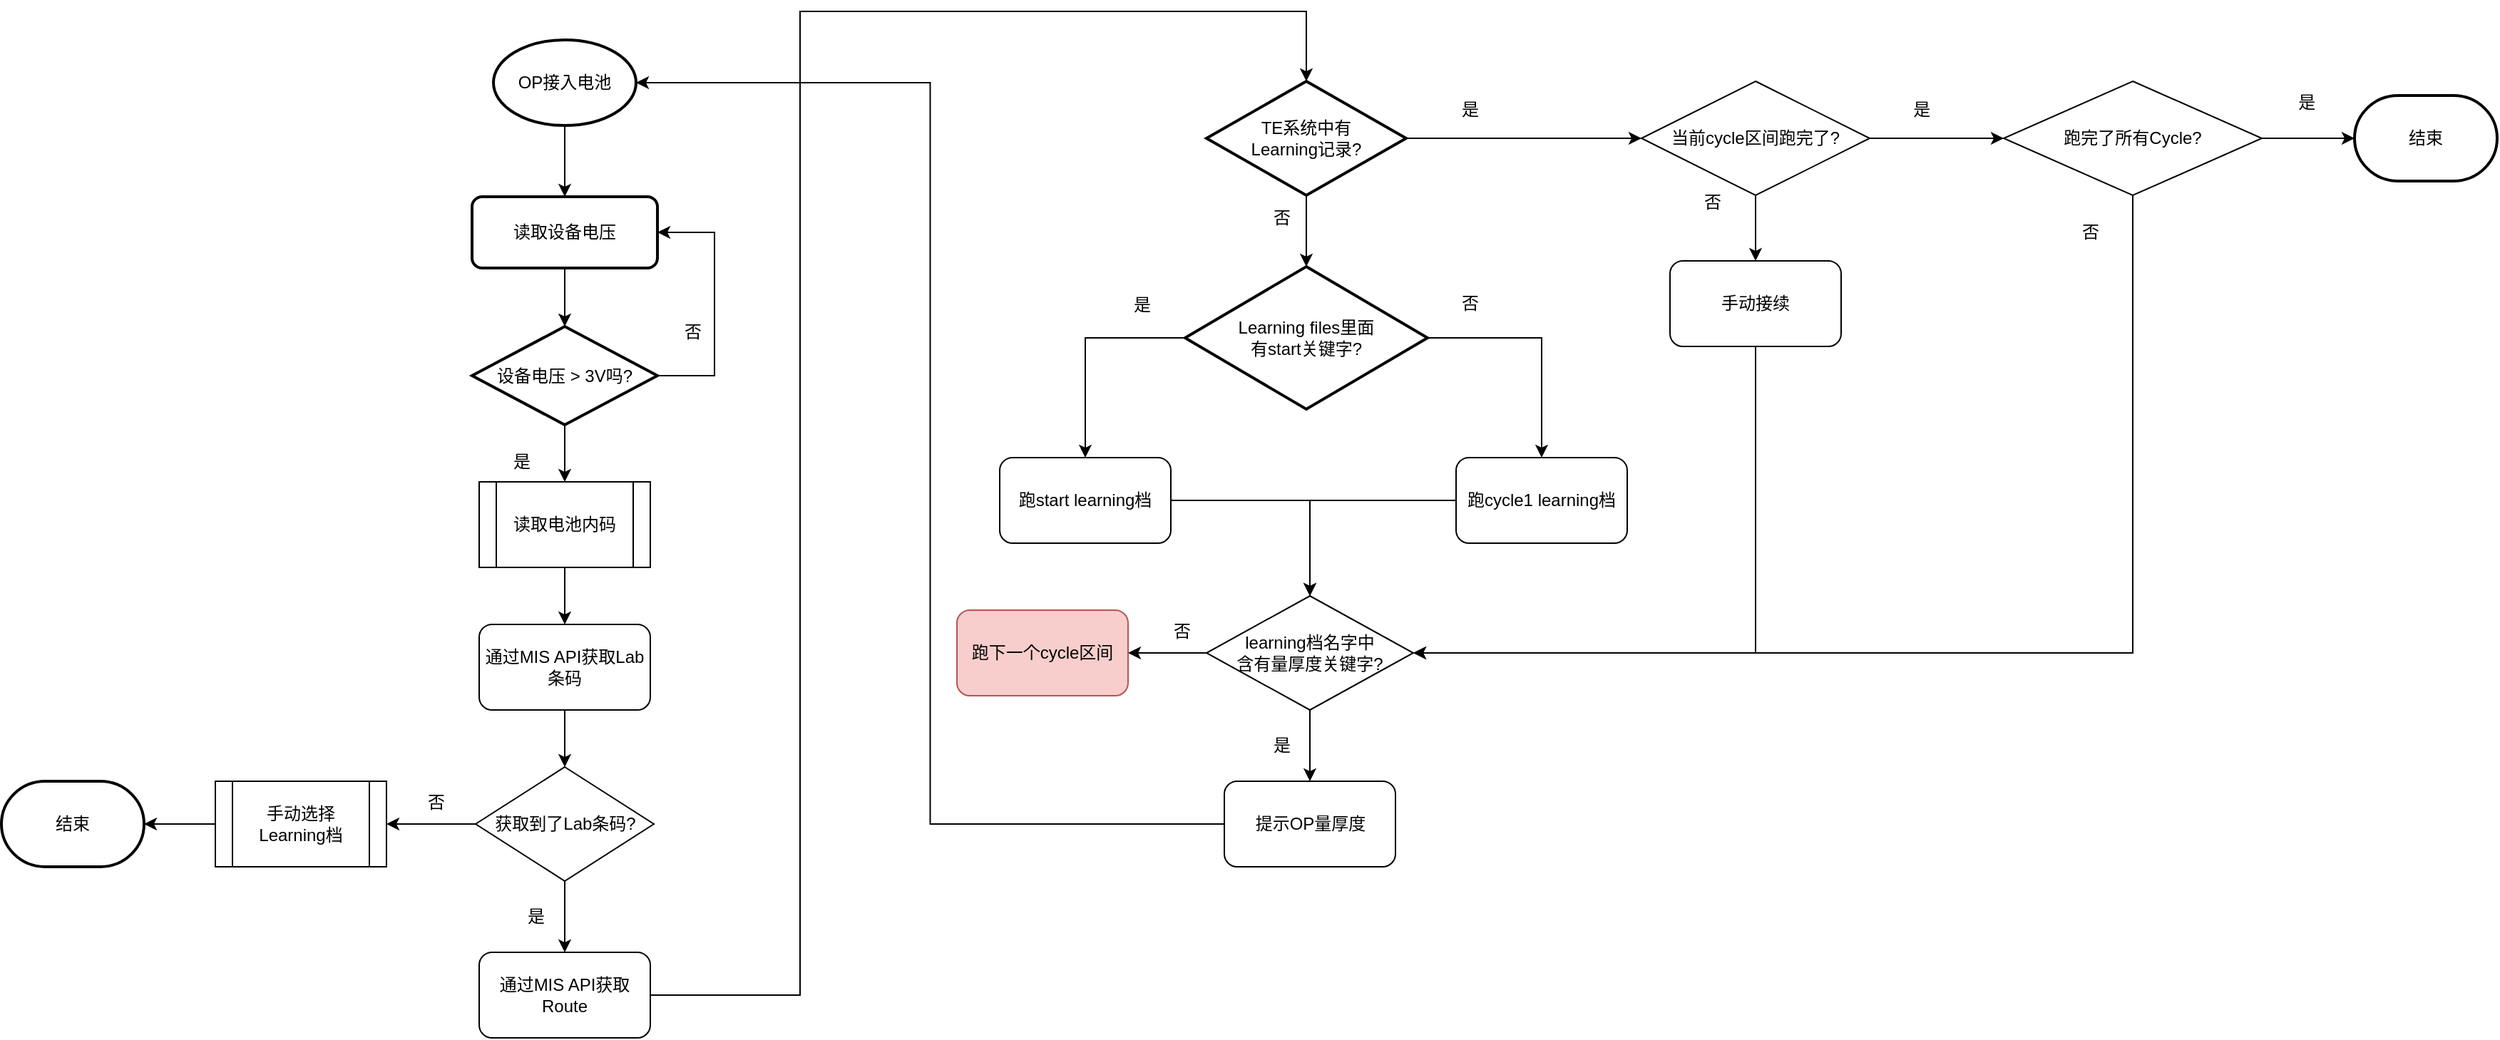
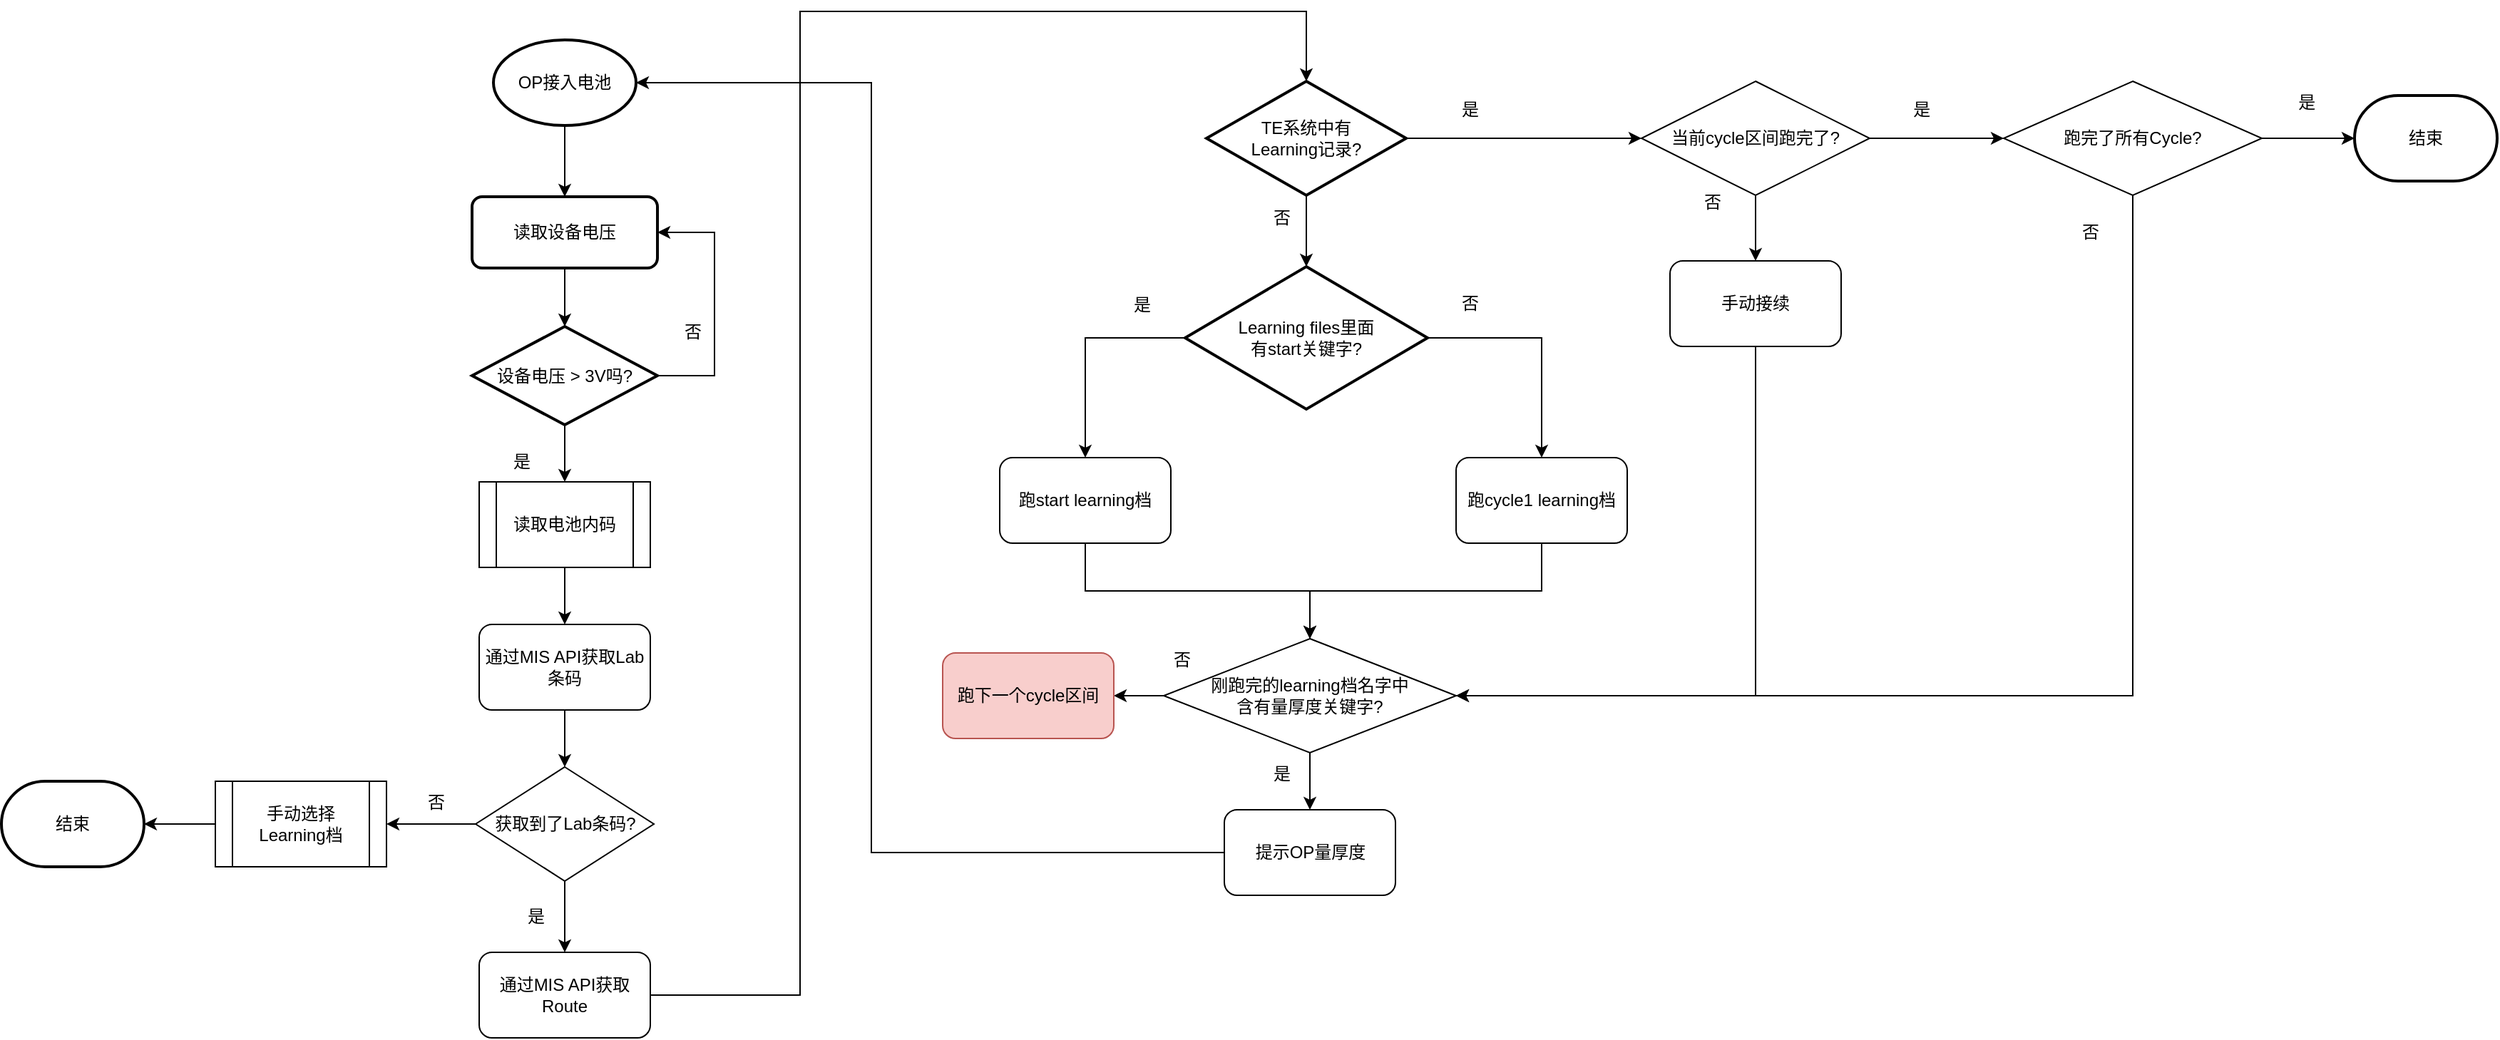
<mxfile host="app.diagrams.net">
  <diagram name="第 1 页" id="3HldnIOuQtLrwHUO-1mN">
    <mxGraphModel dx="1623" dy="813" grid="1" gridSize="10" guides="1" tooltips="1" connect="1" arrows="1" fold="1" page="1" pageScale="1" pageWidth="1169" pageHeight="827" background="#FFFFFF" math="0" shadow="0">
      <root>
        <mxCell id="0" />
        <mxCell id="1" parent="0" />
        <mxCell id="qRa3hty1LtdxE0hFs_0w-8" edge="1" parent="1" source="qRa3hty1LtdxE0hFs_0w-4" style="edgeStyle=orthogonalEdgeStyle;rounded=0;orthogonalLoop=1;jettySize=auto;html=1;" target="qRa3hty1LtdxE0hFs_0w-6" value="">
          <mxGeometry relative="1" as="geometry" />
        </mxCell>
        <mxCell id="qRa3hty1LtdxE0hFs_0w-4" parent="1" style="strokeWidth=2;html=1;shape=mxgraph.flowchart.start_1;whiteSpace=wrap;" value="OP接入电池" vertex="1">
          <mxGeometry height="60" width="100" x="385" y="50" as="geometry" />
        </mxCell>
        <mxCell id="qRa3hty1LtdxE0hFs_0w-9" edge="1" parent="1" source="qRa3hty1LtdxE0hFs_0w-6" style="edgeStyle=orthogonalEdgeStyle;rounded=0;orthogonalLoop=1;jettySize=auto;html=1;" target="qRa3hty1LtdxE0hFs_0w-7" value="">
          <mxGeometry relative="1" as="geometry" />
        </mxCell>
        <mxCell id="qRa3hty1LtdxE0hFs_0w-6" parent="1" style="rounded=1;whiteSpace=wrap;html=1;absoluteArcSize=1;arcSize=14;strokeWidth=2;" value="读取设备电压" vertex="1">
          <mxGeometry height="50" width="130" x="370" y="160" as="geometry" />
        </mxCell>
        <mxCell id="qRa3hty1LtdxE0hFs_0w-14" edge="1" parent="1" source="qRa3hty1LtdxE0hFs_0w-7" style="edgeStyle=orthogonalEdgeStyle;rounded=0;orthogonalLoop=1;jettySize=auto;html=1;" target="qRa3hty1LtdxE0hFs_0w-13" value="">
          <mxGeometry relative="1" as="geometry" />
        </mxCell>
        <mxCell id="qRa3hty1LtdxE0hFs_0w-25" edge="1" parent="1" source="qRa3hty1LtdxE0hFs_0w-7" style="edgeStyle=orthogonalEdgeStyle;rounded=0;orthogonalLoop=1;jettySize=auto;html=1;entryX=1;entryY=0.5;entryDx=0;entryDy=0;" target="qRa3hty1LtdxE0hFs_0w-6">
          <mxGeometry relative="1" as="geometry">
            <Array as="points">
              <mxPoint x="540" y="286" />
              <mxPoint x="540" y="185" />
            </Array>
            <mxPoint x="580" y="180" as="targetPoint" />
          </mxGeometry>
        </mxCell>
        <mxCell id="qRa3hty1LtdxE0hFs_0w-7" parent="1" style="strokeWidth=2;html=1;shape=mxgraph.flowchart.decision;whiteSpace=wrap;" value="设备电压 &amp;gt; 3V吗?" vertex="1">
          <mxGeometry height="69" width="130" x="370" y="251" as="geometry" />
        </mxCell>
        <mxCell id="qRa3hty1LtdxE0hFs_0w-11" parent="1" style="text;html=1;whiteSpace=wrap;strokeColor=none;fillColor=none;align=center;verticalAlign=middle;rounded=0;" value="&lt;div&gt;否&lt;/div&gt;" vertex="1">
          <mxGeometry height="30" width="60" x="495" y="240" as="geometry" />
        </mxCell>
        <mxCell id="qRa3hty1LtdxE0hFs_0w-12" parent="1" style="text;html=1;whiteSpace=wrap;strokeColor=none;fillColor=none;align=center;verticalAlign=middle;rounded=0;" value="&lt;div&gt;是&lt;/div&gt;" vertex="1">
          <mxGeometry height="30" width="60" x="375" y="331" as="geometry" />
        </mxCell>
        <mxCell id="qRa3hty1LtdxE0hFs_0w-16" edge="1" parent="1" source="qRa3hty1LtdxE0hFs_0w-13" style="edgeStyle=orthogonalEdgeStyle;rounded=0;orthogonalLoop=1;jettySize=auto;html=1;" target="qRa3hty1LtdxE0hFs_0w-15" value="">
          <mxGeometry relative="1" as="geometry" />
        </mxCell>
        <mxCell id="qRa3hty1LtdxE0hFs_0w-13" parent="1" style="shape=process;whiteSpace=wrap;html=1;backgroundOutline=1;" value="读取电池内码" vertex="1">
          <mxGeometry height="60" width="120" x="375" y="360" as="geometry" />
        </mxCell>
        <mxCell id="qRa3hty1LtdxE0hFs_0w-20" edge="1" parent="1" source="qRa3hty1LtdxE0hFs_0w-15" style="edgeStyle=orthogonalEdgeStyle;rounded=0;orthogonalLoop=1;jettySize=auto;html=1;" target="qRa3hty1LtdxE0hFs_0w-19" value="">
          <mxGeometry relative="1" as="geometry" />
        </mxCell>
        <mxCell id="qRa3hty1LtdxE0hFs_0w-15" parent="1" style="rounded=1;whiteSpace=wrap;html=1;" value="通过MIS API获取Lab条码" vertex="1">
          <mxGeometry height="60" width="120" x="375" y="460" as="geometry" />
        </mxCell>
        <mxCell id="qRa3hty1LtdxE0hFs_0w-31" edge="1" parent="1" source="qRa3hty1LtdxE0hFs_0w-17" style="edgeStyle=orthogonalEdgeStyle;rounded=0;orthogonalLoop=1;jettySize=auto;html=1;entryX=0.5;entryY=0;entryDx=0;entryDy=0;entryPerimeter=0;" target="qRa3hty1LtdxE0hFs_0w-30" value="">
          <mxGeometry relative="1" as="geometry">
            <Array as="points">
              <mxPoint x="600" y="720" />
              <mxPoint x="600" y="30" />
              <mxPoint x="955" y="30" />
            </Array>
          </mxGeometry>
        </mxCell>
        <mxCell id="qRa3hty1LtdxE0hFs_0w-17" parent="1" style="rounded=1;whiteSpace=wrap;html=1;" value="通过MIS API获取Route" vertex="1">
          <mxGeometry height="60" width="120" x="375" y="690" as="geometry" />
        </mxCell>
        <mxCell id="qRa3hty1LtdxE0hFs_0w-21" edge="1" parent="1" source="qRa3hty1LtdxE0hFs_0w-19" style="edgeStyle=orthogonalEdgeStyle;rounded=0;orthogonalLoop=1;jettySize=auto;html=1;" target="qRa3hty1LtdxE0hFs_0w-17" value="">
          <mxGeometry relative="1" as="geometry" />
        </mxCell>
        <mxCell id="qRa3hty1LtdxE0hFs_0w-27" edge="1" parent="1" source="qRa3hty1LtdxE0hFs_0w-19" style="edgeStyle=orthogonalEdgeStyle;rounded=0;orthogonalLoop=1;jettySize=auto;html=1;" target="qRa3hty1LtdxE0hFs_0w-26" value="">
          <mxGeometry relative="1" as="geometry" />
        </mxCell>
        <mxCell id="qRa3hty1LtdxE0hFs_0w-19" parent="1" style="rhombus;whiteSpace=wrap;html=1;" value="获取到了Lab条码?" vertex="1">
          <mxGeometry height="80" width="125" x="372.5" y="560" as="geometry" />
        </mxCell>
        <mxCell id="qRa3hty1LtdxE0hFs_0w-22" parent="1" style="text;html=1;whiteSpace=wrap;strokeColor=none;fillColor=none;align=center;verticalAlign=middle;rounded=0;" value="是" vertex="1">
          <mxGeometry height="30" width="60" x="385" y="650" as="geometry" />
        </mxCell>
        <mxCell id="qRa3hty1LtdxE0hFs_0w-29" edge="1" parent="1" source="qRa3hty1LtdxE0hFs_0w-26" style="edgeStyle=orthogonalEdgeStyle;rounded=0;orthogonalLoop=1;jettySize=auto;html=1;" target="qRa3hty1LtdxE0hFs_0w-28" value="">
          <mxGeometry relative="1" as="geometry" />
        </mxCell>
        <mxCell id="qRa3hty1LtdxE0hFs_0w-26" parent="1" style="shape=process;whiteSpace=wrap;html=1;backgroundOutline=1;" value="手动选择Learning档" vertex="1">
          <mxGeometry height="60" width="120" x="190" y="570" as="geometry" />
        </mxCell>
        <mxCell id="qRa3hty1LtdxE0hFs_0w-28" parent="1" style="strokeWidth=2;html=1;shape=mxgraph.flowchart.terminator;whiteSpace=wrap;" value="结束" vertex="1">
          <mxGeometry height="60" width="100" x="40" y="570" as="geometry" />
        </mxCell>
        <mxCell id="qRa3hty1LtdxE0hFs_0w-34" edge="1" parent="1" source="qRa3hty1LtdxE0hFs_0w-30" style="edgeStyle=orthogonalEdgeStyle;rounded=0;orthogonalLoop=1;jettySize=auto;html=1;" target="qRa3hty1LtdxE0hFs_0w-33" value="">
          <mxGeometry relative="1" as="geometry" />
        </mxCell>
        <mxCell id="qRa3hty1LtdxE0hFs_0w-38" edge="1" parent="1" source="qRa3hty1LtdxE0hFs_0w-30" style="edgeStyle=orthogonalEdgeStyle;rounded=0;orthogonalLoop=1;jettySize=auto;html=1;" target="qRa3hty1LtdxE0hFs_0w-37" value="">
          <mxGeometry relative="1" as="geometry" />
        </mxCell>
        <mxCell id="qRa3hty1LtdxE0hFs_0w-30" parent="1" style="strokeWidth=2;html=1;shape=mxgraph.flowchart.decision;whiteSpace=wrap;" value="&lt;div&gt;TE系统中有&lt;/div&gt;&lt;div&gt;Learning记录?&lt;/div&gt;" vertex="1">
          <mxGeometry height="80" width="140" x="885" y="79" as="geometry" />
        </mxCell>
        <mxCell id="qRa3hty1LtdxE0hFs_0w-45" edge="1" parent="1" source="qRa3hty1LtdxE0hFs_0w-33" style="edgeStyle=orthogonalEdgeStyle;rounded=0;orthogonalLoop=1;jettySize=auto;html=1;" target="qRa3hty1LtdxE0hFs_0w-44" value="">
          <mxGeometry relative="1" as="geometry" />
        </mxCell>
        <mxCell id="qRa3hty1LtdxE0hFs_0w-67" edge="1" parent="1" source="qRa3hty1LtdxE0hFs_0w-33" style="edgeStyle=orthogonalEdgeStyle;rounded=0;orthogonalLoop=1;jettySize=auto;html=1;entryX=0.5;entryY=0;entryDx=0;entryDy=0;exitX=1;exitY=0.5;exitDx=0;exitDy=0;exitPerimeter=0;" target="qRa3hty1LtdxE0hFs_0w-66">
          <mxGeometry relative="1" as="geometry" />
        </mxCell>
        <mxCell id="qRa3hty1LtdxE0hFs_0w-33" parent="1" style="strokeWidth=2;html=1;shape=mxgraph.flowchart.decision;whiteSpace=wrap;" value="&lt;div&gt;Learning files里面&lt;/div&gt;&lt;div&gt;有start关键字?&lt;/div&gt;" vertex="1">
          <mxGeometry height="100" width="170" x="870" y="209" as="geometry" />
        </mxCell>
        <mxCell id="qRa3hty1LtdxE0hFs_0w-35" parent="1" style="text;html=1;whiteSpace=wrap;strokeColor=none;fillColor=none;align=center;verticalAlign=middle;rounded=0;" value="否" vertex="1">
          <mxGeometry height="30" width="60" x="907.5" y="160" as="geometry" />
        </mxCell>
        <mxCell id="qRa3hty1LtdxE0hFs_0w-36" parent="1" style="text;html=1;whiteSpace=wrap;strokeColor=none;fillColor=none;align=center;verticalAlign=middle;rounded=0;" value="是" vertex="1">
          <mxGeometry height="30" width="60" x="1040" y="84" as="geometry" />
        </mxCell>
        <mxCell id="qRa3hty1LtdxE0hFs_0w-40" edge="1" parent="1" source="qRa3hty1LtdxE0hFs_0w-37" style="edgeStyle=orthogonalEdgeStyle;rounded=0;orthogonalLoop=1;jettySize=auto;html=1;" target="qRa3hty1LtdxE0hFs_0w-39" value="">
          <mxGeometry relative="1" as="geometry" />
        </mxCell>
        <mxCell id="qRa3hty1LtdxE0hFs_0w-65" edge="1" parent="1" source="qRa3hty1LtdxE0hFs_0w-37" style="edgeStyle=orthogonalEdgeStyle;rounded=0;orthogonalLoop=1;jettySize=auto;html=1;" target="qRa3hty1LtdxE0hFs_0w-59" value="">
          <mxGeometry relative="1" as="geometry" />
        </mxCell>
        <mxCell id="qRa3hty1LtdxE0hFs_0w-37" parent="1" style="rhombus;whiteSpace=wrap;html=1;" value="当前cycle区间跑完了?" vertex="1">
          <mxGeometry height="80" width="160" x="1190" y="79" as="geometry" />
        </mxCell>
        <mxCell id="qRa3hty1LtdxE0hFs_0w-74" edge="1" parent="1" source="qRa3hty1LtdxE0hFs_0w-39" style="edgeStyle=orthogonalEdgeStyle;rounded=0;orthogonalLoop=1;jettySize=auto;html=1;entryX=1;entryY=0.5;entryDx=0;entryDy=0;exitX=0.5;exitY=1;exitDx=0;exitDy=0;" target="qRa3hty1LtdxE0hFs_0w-49">
          <mxGeometry relative="1" as="geometry">
            <Array as="points">
-               <mxPoint x="1270" y="480" />
+               <mxPoint x="1270" y="510" />
            </Array>
            <mxPoint x="1270" y="260" as="sourcePoint" />
          </mxGeometry>
        </mxCell>
        <mxCell id="qRa3hty1LtdxE0hFs_0w-39" parent="1" style="rounded=1;whiteSpace=wrap;html=1;" value="手动接续" vertex="1">
          <mxGeometry height="60" width="120" x="1210" y="205" as="geometry" />
        </mxCell>
        <mxCell id="qRa3hty1LtdxE0hFs_0w-41" parent="1" style="text;html=1;whiteSpace=wrap;strokeColor=none;fillColor=none;align=center;verticalAlign=middle;rounded=0;" value="否" vertex="1">
          <mxGeometry height="30" width="60" x="1210" y="149" as="geometry" />
        </mxCell>
        <mxCell id="qRa3hty1LtdxE0hFs_0w-71" edge="1" parent="1" source="qRa3hty1LtdxE0hFs_0w-44" style="edgeStyle=orthogonalEdgeStyle;rounded=0;orthogonalLoop=1;jettySize=auto;html=1;entryX=0.5;entryY=0;entryDx=0;entryDy=0;" target="qRa3hty1LtdxE0hFs_0w-49">
          <mxGeometry relative="1" as="geometry" />
        </mxCell>
        <mxCell id="qRa3hty1LtdxE0hFs_0w-44" parent="1" style="rounded=1;whiteSpace=wrap;html=1;" value="跑start learning档" vertex="1">
          <mxGeometry height="60" width="120" x="740" y="343" as="geometry" />
        </mxCell>
        <mxCell id="qRa3hty1LtdxE0hFs_0w-46" parent="1" style="text;html=1;whiteSpace=wrap;strokeColor=none;fillColor=none;align=center;verticalAlign=middle;rounded=0;" value="是" vertex="1">
          <mxGeometry height="30" width="60" x="810" y="221" as="geometry" />
        </mxCell>
        <mxCell id="qRa3hty1LtdxE0hFs_0w-52" edge="1" parent="1" source="qRa3hty1LtdxE0hFs_0w-49" style="edgeStyle=orthogonalEdgeStyle;rounded=0;orthogonalLoop=1;jettySize=auto;html=1;" target="qRa3hty1LtdxE0hFs_0w-51" value="">
          <mxGeometry relative="1" as="geometry" />
        </mxCell>
        <mxCell id="qRa3hty1LtdxE0hFs_0w-56" edge="1" parent="1" source="qRa3hty1LtdxE0hFs_0w-49" style="edgeStyle=orthogonalEdgeStyle;rounded=0;orthogonalLoop=1;jettySize=auto;html=1;" target="qRa3hty1LtdxE0hFs_0w-55" value="">
          <mxGeometry relative="1" as="geometry" />
        </mxCell>
-         <mxCell id="qRa3hty1LtdxE0hFs_0w-49" parent="1" style="rhombus;whiteSpace=wrap;html=1;" value="&lt;div&gt;learning档名字中&lt;/div&gt;&lt;div&gt;含有量厚度关键字?&lt;/div&gt;" vertex="1">
-           <mxGeometry height="80" width="145" x="885" y="440" as="geometry" />
+         <mxCell id="qRa3hty1LtdxE0hFs_0w-49" parent="1" style="rhombus;whiteSpace=wrap;html=1;" value="&lt;div&gt;刚跑完的learning档名字中&lt;/div&gt;&lt;div&gt;含有量厚度关键字?&lt;/div&gt;" vertex="1">
+           <mxGeometry height="80" width="205" x="855" y="470" as="geometry" />
        </mxCell>
        <mxCell id="qRa3hty1LtdxE0hFs_0w-51" parent="1" style="rounded=1;whiteSpace=wrap;html=1;" value="提示OP量厚度" vertex="1">
-           <mxGeometry height="60" width="120" x="897.5" y="570" as="geometry" />
+           <mxGeometry height="60" width="120" x="897.5" y="590" as="geometry" />
        </mxCell>
        <mxCell id="qRa3hty1LtdxE0hFs_0w-53" parent="1" style="text;html=1;whiteSpace=wrap;strokeColor=none;fillColor=none;align=center;verticalAlign=middle;rounded=0;" value="是" vertex="1">
-           <mxGeometry height="30" width="60" x="907.5" y="530" as="geometry" />
+           <mxGeometry height="30" width="60" x="907.5" y="550" as="geometry" />
        </mxCell>
        <mxCell id="qRa3hty1LtdxE0hFs_0w-54" edge="1" parent="1" source="qRa3hty1LtdxE0hFs_0w-51" style="edgeStyle=orthogonalEdgeStyle;rounded=0;orthogonalLoop=1;jettySize=auto;html=1;entryX=1;entryY=0.5;entryDx=0;entryDy=0;entryPerimeter=0;" target="qRa3hty1LtdxE0hFs_0w-4">
-           <mxGeometry relative="1" as="geometry" />
+           <mxGeometry relative="1" as="geometry">
+             <Array as="points">
+               <mxPoint x="650" y="620" />
+               <mxPoint x="650" y="80" />
+             </Array>
+           </mxGeometry>
        </mxCell>
        <mxCell id="qRa3hty1LtdxE0hFs_0w-55" parent="1" style="rounded=1;whiteSpace=wrap;html=1;fillColor=#f8cecc;strokeColor=#b85450;" value="跑下一个cycle区间" vertex="1">
-           <mxGeometry height="60" width="120" x="710" y="450" as="geometry" />
+           <mxGeometry height="60" width="120" x="700" y="480" as="geometry" />
        </mxCell>
        <mxCell id="qRa3hty1LtdxE0hFs_0w-57" parent="1" style="text;html=1;whiteSpace=wrap;strokeColor=none;fillColor=none;align=center;verticalAlign=middle;rounded=0;" value="否" vertex="1">
          <mxGeometry height="30" width="60" x="315" y="570" as="geometry" />
        </mxCell>
        <mxCell id="qRa3hty1LtdxE0hFs_0w-58" parent="1" style="text;html=1;whiteSpace=wrap;strokeColor=none;fillColor=none;align=center;verticalAlign=middle;rounded=0;" value="&amp;nbsp;是" vertex="1">
          <mxGeometry height="30" width="60" x="1355" y="84" as="geometry" />
        </mxCell>
        <mxCell id="qRa3hty1LtdxE0hFs_0w-64" edge="1" parent="1" source="qRa3hty1LtdxE0hFs_0w-59" style="edgeStyle=orthogonalEdgeStyle;rounded=0;orthogonalLoop=1;jettySize=auto;html=1;" target="qRa3hty1LtdxE0hFs_0w-63" value="">
          <mxGeometry relative="1" as="geometry" />
        </mxCell>
        <mxCell id="qRa3hty1LtdxE0hFs_0w-76" edge="1" parent="1" source="qRa3hty1LtdxE0hFs_0w-59" style="edgeStyle=orthogonalEdgeStyle;rounded=0;orthogonalLoop=1;jettySize=auto;html=1;entryX=1;entryY=0.5;entryDx=0;entryDy=0;" target="qRa3hty1LtdxE0hFs_0w-49">
          <mxGeometry relative="1" as="geometry">
            <Array as="points">
-               <mxPoint x="1535" y="480" />
+               <mxPoint x="1535" y="510" />
            </Array>
          </mxGeometry>
        </mxCell>
        <mxCell id="qRa3hty1LtdxE0hFs_0w-59" parent="1" style="rhombus;whiteSpace=wrap;html=1;" value="跑完了所有Cycle?" vertex="1">
          <mxGeometry height="80" width="181" x="1444" y="79" as="geometry" />
        </mxCell>
        <mxCell id="qRa3hty1LtdxE0hFs_0w-60" parent="1" style="text;html=1;whiteSpace=wrap;strokeColor=none;fillColor=none;align=center;verticalAlign=middle;rounded=0;" value="否" vertex="1">
          <mxGeometry height="30" width="60" x="1475" y="170" as="geometry" />
        </mxCell>
        <mxCell id="qRa3hty1LtdxE0hFs_0w-62" parent="1" style="text;html=1;whiteSpace=wrap;strokeColor=none;fillColor=none;align=center;verticalAlign=middle;rounded=0;" value="&amp;nbsp;是" vertex="1">
          <mxGeometry height="30" width="60" x="1625" y="79" as="geometry" />
        </mxCell>
        <mxCell id="qRa3hty1LtdxE0hFs_0w-63" parent="1" style="strokeWidth=2;html=1;shape=mxgraph.flowchart.terminator;whiteSpace=wrap;" value="结束" vertex="1">
          <mxGeometry height="60" width="100" x="1690" y="89" as="geometry" />
        </mxCell>
        <mxCell id="qRa3hty1LtdxE0hFs_0w-73" edge="1" parent="1" source="qRa3hty1LtdxE0hFs_0w-66" style="edgeStyle=orthogonalEdgeStyle;rounded=0;orthogonalLoop=1;jettySize=auto;html=1;entryX=0.5;entryY=0;entryDx=0;entryDy=0;" target="qRa3hty1LtdxE0hFs_0w-49">
          <mxGeometry relative="1" as="geometry" />
        </mxCell>
        <mxCell id="qRa3hty1LtdxE0hFs_0w-66" parent="1" style="rounded=1;whiteSpace=wrap;html=1;" value="跑cycle1 learning档" vertex="1">
          <mxGeometry height="60" width="120" x="1060" y="343" as="geometry" />
        </mxCell>
        <mxCell id="qRa3hty1LtdxE0hFs_0w-68" parent="1" style="text;html=1;whiteSpace=wrap;strokeColor=none;fillColor=none;align=center;verticalAlign=middle;rounded=0;" value="否" vertex="1">
          <mxGeometry height="30" width="60" x="1040" y="220" as="geometry" />
        </mxCell>
        <mxCell id="qRa3hty1LtdxE0hFs_0w-75" parent="1" style="text;html=1;whiteSpace=wrap;strokeColor=none;fillColor=none;align=center;verticalAlign=middle;rounded=0;" value="否" vertex="1">
-           <mxGeometry height="30" width="60" x="837.5" y="450" as="geometry" />
+           <mxGeometry height="30" width="60" x="837.5" y="470" as="geometry" />
        </mxCell>
      </root>
    </mxGraphModel>
  </diagram>
</mxfile>
